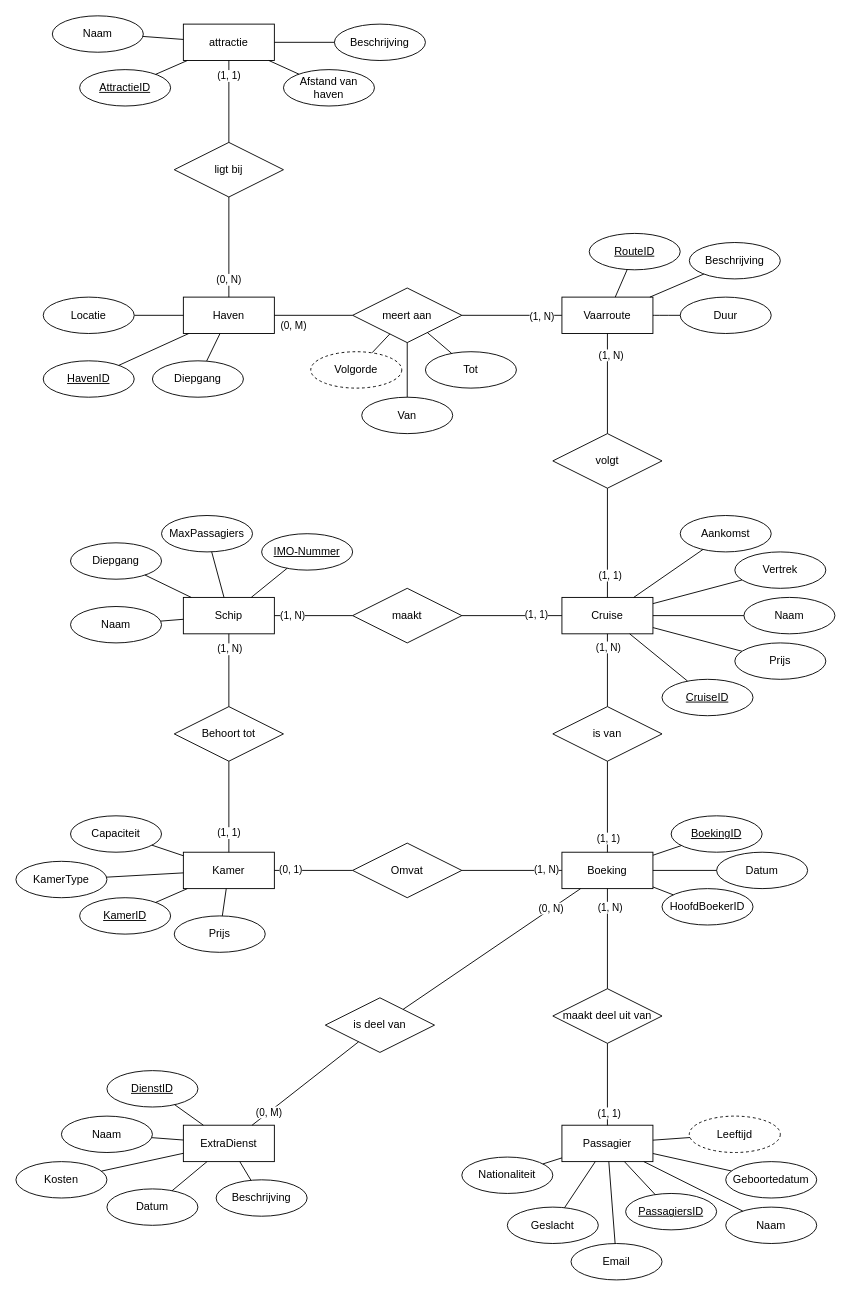
This is conceptueel_FINAL/conceptueel_datamodel_team_66.drawio from LarsDeGelasUCLL/DF_Groep_66, a draw.io file, before an edit. Source tidied: cells renumbered, new cells numbered last; positions are measured from the earlier drawing's top-left corner, leaving out a move shared by most shapes. Both pictures are drawn from the tidied source at 91%, with x=0, y=0 at pixel (15, 15).
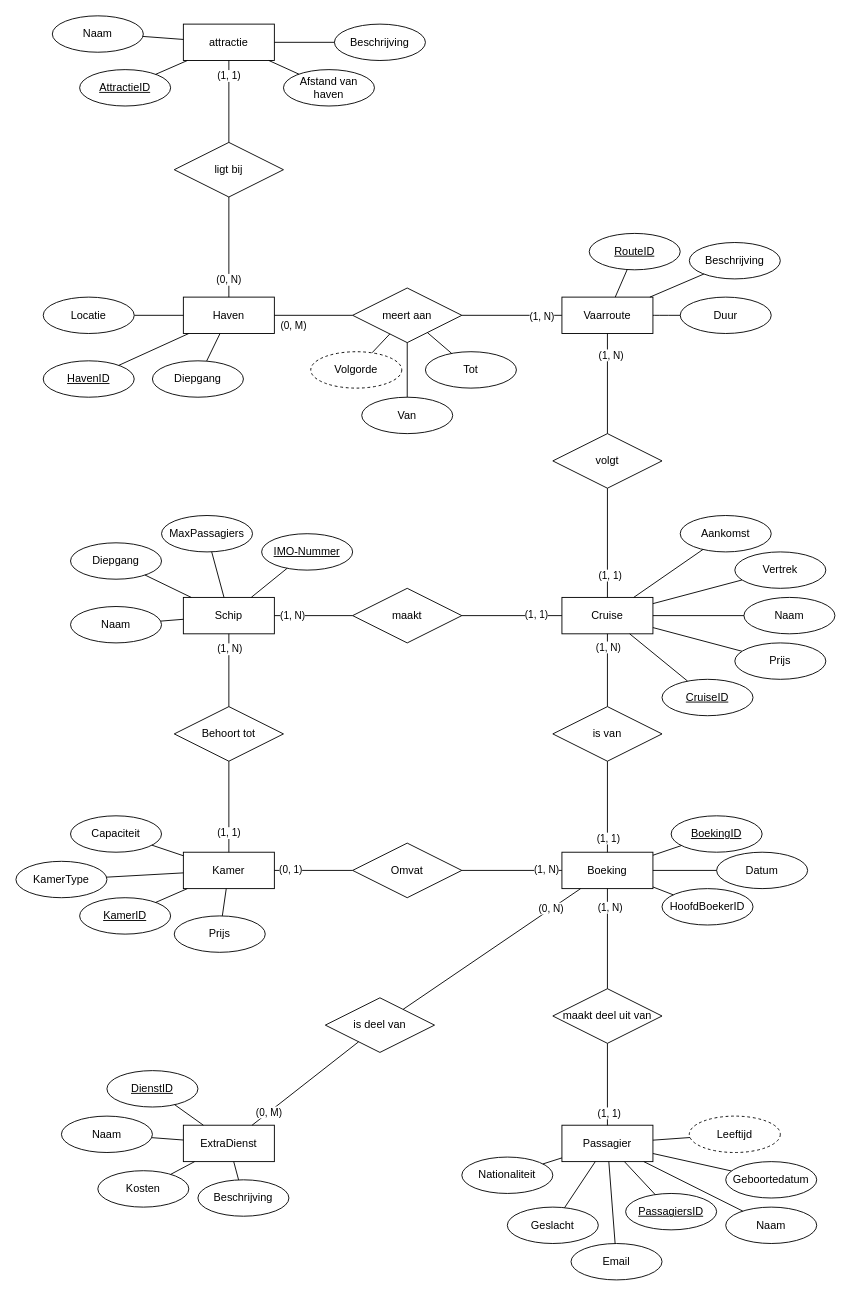
After the change.

The change refers to these unchanged cells:
```xml
<mxCell id="100" value="ExtraDienst" style="whiteSpace=wrap;html=1;align=center;" parent="1" vertex="1">
  <mxGeometry x="184" y="1219" width="100" height="40" as="geometry" />
</mxCell>
```

Diff of the diagram source:
```diff
@@
     <mxCell id="109" value="Beschrijving" style="ellipse;whiteSpace=wrap;html=1;align=center;" parent="1" vertex="1">
-      <mxGeometry x="220" y="1279" width="100" height="40" as="geometry" />
+      <mxGeometry x="200" y="1279" width="100" height="40" as="geometry" />
     </mxCell>
-    <mxCell id="110" value="Datum" style="ellipse;whiteSpace=wrap;html=1;align=center;" parent="1" vertex="1">
-      <mxGeometry x="100" y="1289" width="100" height="40" as="geometry" />
-    </mxCell>
     <mxCell id="111" value="Kosten" style="ellipse;whiteSpace=wrap;html=1;align=center;" parent="1" vertex="1">
-      <mxGeometry y="1259" width="100" height="40" as="geometry" />
+      <mxGeometry x="90" y="1269" width="100" height="40" as="geometry" />
     </mxCell>
@@
-    <mxCell id="116" style="endArrow=none;html=1;rounded=0;" parent="1" edge="1" source="100" target="110">
-      <mxGeometry relative="1" as="geometry" />
-    </mxCell>
```
